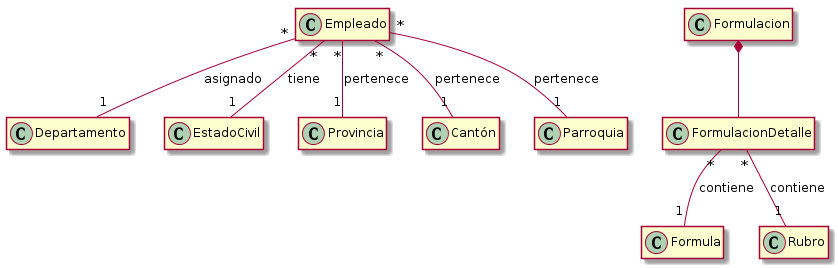
Before: etc/plantuml/clases.png, a diagram exported from PlantUML (carlosjulioperez/Nomina). Source of this version:
```plantuml
@startuml


hide members

Empleado "*" -- "1" Departamento: asignado
Empleado "*" -- "1" EstadoCivil: tiene
Empleado "*" -- "1" Provincia: pertenece
Empleado "*" -- "1" Cantón: pertenece
Empleado "*" -- "1" Parroquia: pertenece

Formulacion *-- FormulacionDetalle

FormulacionDetalle "*" -- "1" Formula: contiene
FormulacionDetalle "*" -- "1" Rubro: contiene

@enduml
```
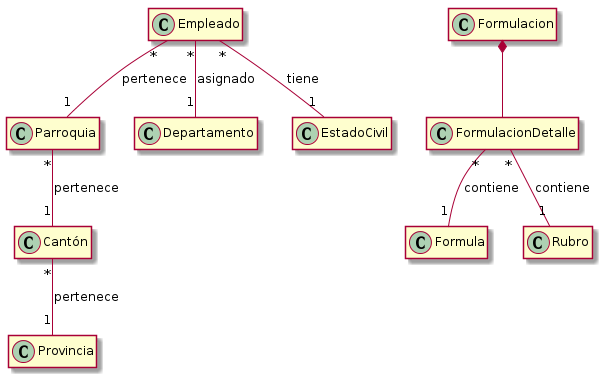
After the change.

Commit message:
Soporte de pk compuesto (provinvia, cantón, parroquia) final

Diff of the diagram source:
```diff
@@ -3,10 +3,11 @@
 
 hide members
 
+Cantón "*" -- "1" Provincia: pertenece
+Parroquia "*" -- "1" Cantón: pertenece
+
 Empleado "*" -- "1" Departamento: asignado
 Empleado "*" -- "1" EstadoCivil: tiene
-Empleado "*" -- "1" Provincia: pertenece
-Empleado "*" -- "1" Cantón: pertenece
 Empleado "*" -- "1" Parroquia: pertenece
 
 Formulacion *-- FormulacionDetalle
```
